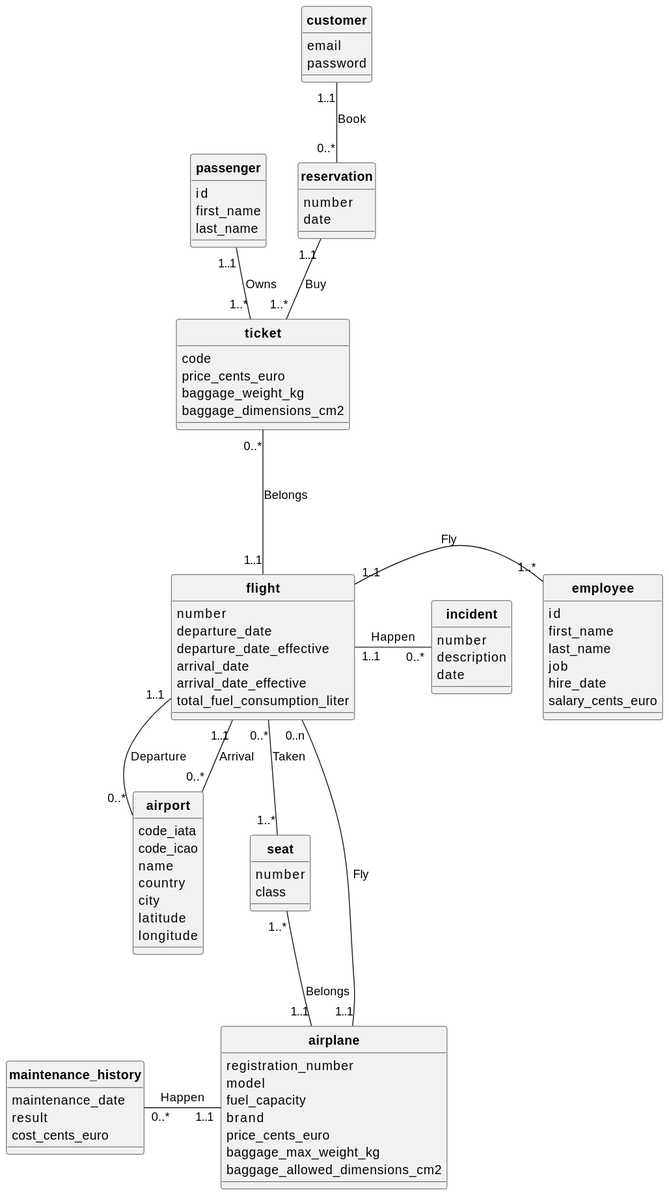
cnam-theoludwig/cnam-database keeps this PlantUML diagram as MCD.svg. Above is the earlier version.
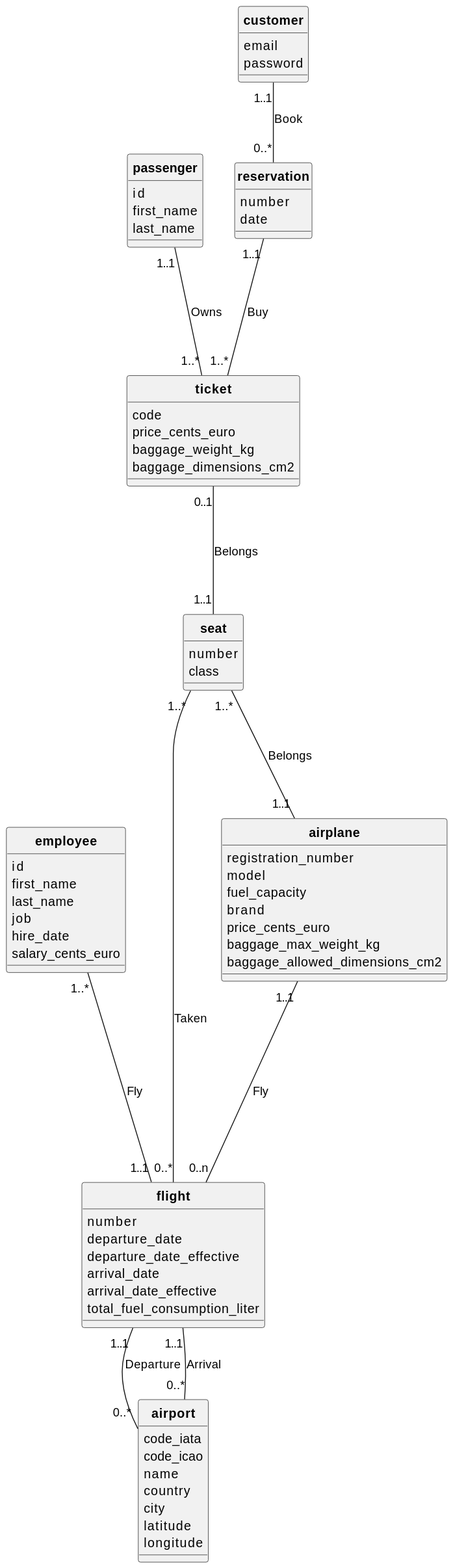
Later version of the same file.

The edit, as a diff of the source:
```diff
@@ -31,12 +31,6 @@
   price_cents_euro
   baggage_max_weight_kg
   baggage_allowed_dimensions_cm2
-}
-
-class maintenance_history {
-  maintenance_date
-  result
-  cost_cents_euro
 }
 
 class employee {
@@ -76,23 +70,13 @@
   date
 }
 
-class incident {
-  number
-  description
-  date
-}
-
-airplane "1..1" -- "0..n" flight : Fly
-seat "1..*" -- "1..1" airplane : Belongs
-employee "1..*" -left- "1..1" flight : Fly
-passenger "1..1" -- "1..*" ticket : Owns
-ticket "0..*" --- "1..1" flight : Belongs
-flight "0..*" -- "1..*" seat : Taken
-reservation "1..1" -- "1..*" ticket : Buy
-
-maintenance_history "0..*" -right- "1..1" airplane : Happen
-
-flight "1..1" -right- "0..*" incident : Happen
+airplane "1..1" ---- "0..n" flight : Fly
+seat "1..*" --- "1..1" airplane : Belongs
+employee "1..*" ---- "1..1" flight : Fly
+passenger "1..1" --- "1..*" ticket : Owns
+flight "0..*" -l- "1..*" seat : Taken
+reservation "1..1" --- "1..*" ticket : Buy
+ticket "0..1" --- "1..1" seat : Belongs
 
 flight "1..1" -- "0..*" airport : Departure
 flight "1..1" -- "0..*" airport : Arrival
```
